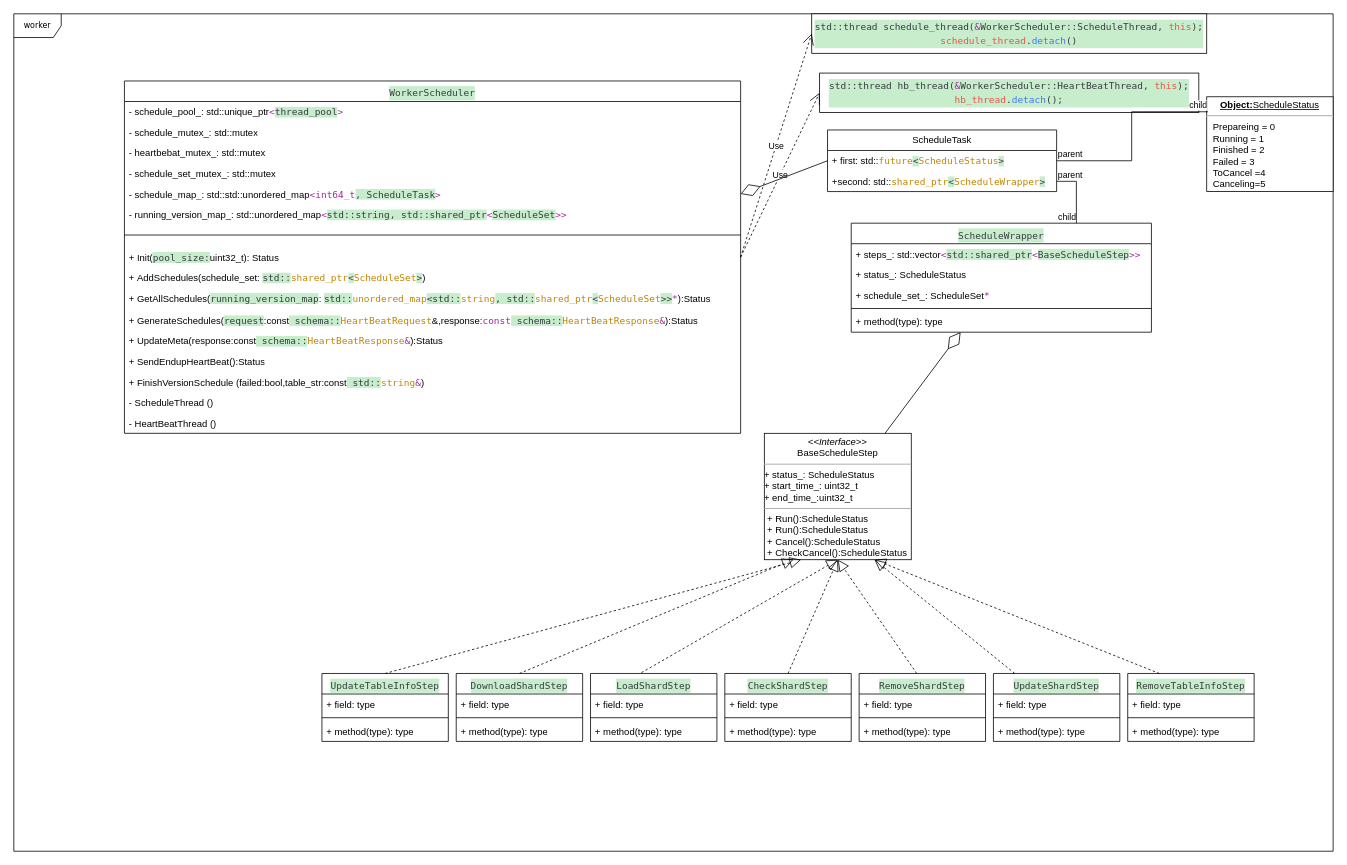
This is Notes/worker-schedule.drawio from sinomiko/reading, a draw.io file, before an edit. Source tidied: cells renumbered, new cells numbered last; positions are measured from the earlier drawing's top-left corner, leaving out a move shared by most shapes. Both pictures are drawn from the tidied source at 79%, with x=0, y=0 at pixel (13, 13).
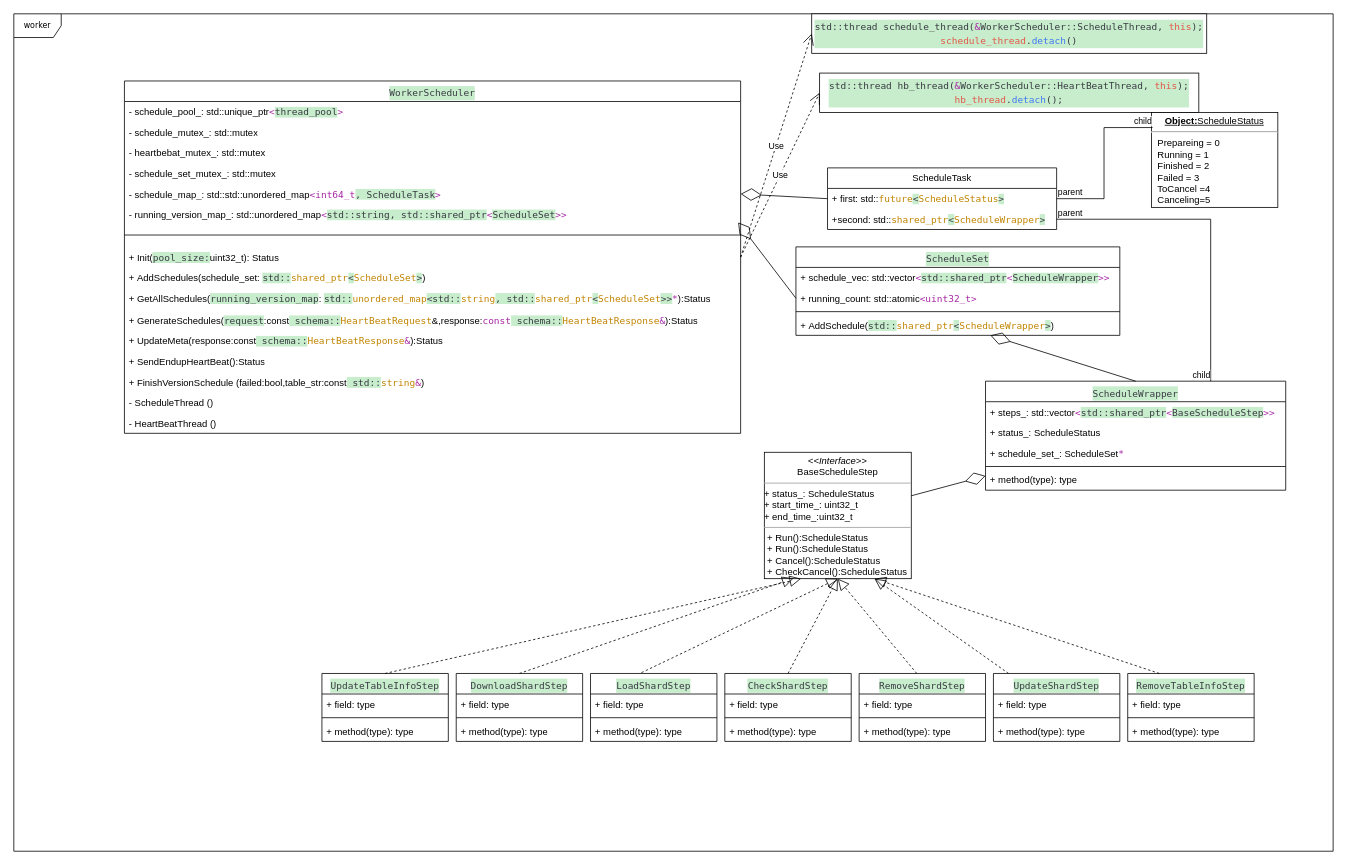
Above is the later version.

The change refers to these unchanged cells:
```xml
<mxCell id="9" value="- running_version_map_&lt;span style=&quot;background-color: initial;&quot;&gt;:&amp;nbsp;&lt;/span&gt;std::unordered_map&lt;span style=&quot;font-family: Menlo, Monaco, &amp;quot;Courier New&amp;quot;, monospace; color: rgb(166, 38, 164);&quot;&gt;&amp;lt;&lt;/span&gt;&lt;span style=&quot;background-color: rgb(199, 237, 204); color: rgb(56, 58, 66); font-family: Menlo, Monaco, &amp;quot;Courier New&amp;quot;, monospace;&quot;&gt;std::string, std::shared_ptr&lt;/span&gt;&lt;span style=&quot;font-family: Menlo, Monaco, &amp;quot;Courier New&amp;quot;, monospace; color: rgb(166, 38, 164);&quot;&gt;&amp;lt;&lt;/span&gt;&lt;span style=&quot;background-color: rgb(199, 237, 204); color: rgb(56, 58, 66); font-family: Menlo, Monaco, &amp;quot;Courier New&amp;quot;, monospace;&quot;&gt;ScheduleSet&lt;/span&gt;&lt;span style=&quot;font-family: Menlo, Monaco, &amp;quot;Courier New&amp;quot;, monospace; color: rgb(166, 38, 164);&quot;&gt;&amp;gt;&amp;gt;&lt;/span&gt;" style="text;strokeColor=none;fillColor=none;align=left;verticalAlign=top;spacingLeft=4;spacingRight=4;overflow=hidden;points=[[0,0.5],[1,0.5]];portConstraint=eastwest;whiteSpace=wrap;html=1;" parent="3" vertex="1">
  <mxGeometry y="156" width="780" height="24" as="geometry" />
</mxCell>
```

The edit, as a diff of the source:
```diff
@@
     <mxCell id="24" value="ScheduleTask" style="swimlane;fontStyle=0;horizontal=1;startSize=26;fillColor=none;whiteSpace=wrap;html=1;" parent="1" vertex="1">
-      <mxGeometry x="1030" y="147" width="290" height="78" as="geometry" />
+      <mxGeometry x="1030" y="195" width="290" height="78" as="geometry" />
     </mxCell>
@@
     <mxCell id="28" value="&lt;p style=&quot;margin:0px;margin-top:4px;text-align:center;text-decoration:underline;&quot;&gt;&lt;b&gt;Object:&lt;/b&gt;ScheduleStatus&lt;/p&gt;&lt;hr&gt;&lt;p style=&quot;margin:0px;margin-left:8px;&quot;&gt;Prepareing&amp;nbsp;= 0&lt;br&gt;&lt;/p&gt;&lt;p style=&quot;margin:0px;margin-left:8px;&quot;&gt;Running&amp;nbsp;= 1&lt;br&gt;&lt;/p&gt;&lt;p style=&quot;margin:0px;margin-left:8px;&quot;&gt;Finished&amp;nbsp;= 2&lt;/p&gt;&lt;p style=&quot;margin:0px;margin-left:8px;&quot;&gt;Failed = 3&lt;/p&gt;&lt;p style=&quot;margin:0px;margin-left:8px;&quot;&gt;ToCancel =4&lt;/p&gt;&lt;p style=&quot;margin:0px;margin-left:8px;&quot;&gt;Canceling=5&lt;/p&gt;" style="verticalAlign=top;align=left;overflow=fill;fontSize=12;fontFamily=Helvetica;html=1;whiteSpace=wrap;" parent="1" vertex="1">
-      <mxGeometry x="1510" y="105" width="160" height="120" as="geometry" />
+      <mxGeometry x="1440" y="125" width="160" height="120" as="geometry" />
     </mxCell>
@@
     <mxCell id="32" value="&lt;div style=&quot;color: rgb(56, 58, 66); background-color: rgb(199, 237, 204); font-family: Menlo, Monaco, &amp;quot;Courier New&amp;quot;, monospace; font-weight: normal; line-height: 18px;&quot;&gt;ScheduleWrapper&lt;/div&gt;" style="swimlane;fontStyle=1;align=center;verticalAlign=top;horizontal=1;startSize=26;whiteSpace=wrap;html=1;" parent="1" vertex="1">
-      <mxGeometry x="1060" y="265" width="380" height="138" as="geometry" />
+      <mxGeometry x="1230" y="465" width="380" height="138" as="geometry" />
     </mxCell>
@@
     <mxCell id="38" value="&lt;p style=&quot;margin:0px;margin-top:4px;text-align:center;&quot;&gt;&lt;i&gt;&amp;lt;&amp;lt;Interface&amp;gt;&amp;gt;&lt;/i&gt;&lt;br&gt;BaseScheduleStep&lt;br&gt;&lt;/p&gt;&lt;hr size=&quot;1&quot;&gt;+&amp;nbsp;status_:&amp;nbsp;ScheduleStatus&lt;br&gt;&lt;span style=&quot;background-color: initial;&quot;&gt;+&amp;nbsp;start_time_&lt;/span&gt;&lt;span style=&quot;background-color: initial;&quot;&gt;:&amp;nbsp;&lt;/span&gt;&lt;span style=&quot;background-color: initial;&quot;&gt;uint32_t&lt;br&gt;&lt;/span&gt;+&amp;nbsp;end_time_:uint32_t&lt;hr size=&quot;1&quot;&gt;&lt;p style=&quot;margin:0px;margin-left:4px;&quot;&gt;+&amp;nbsp;Run&lt;span style=&quot;background-color: initial;&quot;&gt;():&lt;/span&gt;ScheduleStatus&lt;/p&gt;&lt;p style=&quot;border-color: var(--border-color); margin: 0px 0px 0px 4px;&quot;&gt;+&amp;nbsp;Run():ScheduleStatus&lt;br&gt;&lt;/p&gt;&lt;p style=&quot;border-color: var(--border-color); margin: 0px 0px 0px 4px;&quot;&gt;+&amp;nbsp;Cancel&lt;span style=&quot;background-color: initial;&quot;&gt;():ScheduleStatus&lt;/span&gt;&lt;/p&gt;&lt;div&gt;&lt;p style=&quot;border-color: var(--border-color); margin: 0px 0px 0px 4px;&quot;&gt;+&amp;nbsp;CheckCancel&lt;span style=&quot;background-color: initial;&quot;&gt;():ScheduleStatus&lt;/span&gt;&lt;/p&gt;&lt;/div&gt;&lt;div&gt;&lt;br&gt;&lt;/div&gt;&lt;div&gt;&lt;br&gt;&lt;/div&gt;" style="verticalAlign=top;align=left;overflow=fill;fontSize=12;fontFamily=Helvetica;html=1;whiteSpace=wrap;" parent="1" vertex="1">
-      <mxGeometry x="950" y="531" width="186" height="160" as="geometry" />
+      <mxGeometry x="950" y="555" width="186" height="160" as="geometry" />
     </mxCell>
@@
+    <mxCell id="78" value="&lt;div style=&quot;color: rgb(56, 58, 66); background-color: rgb(199, 237, 204); font-family: Menlo, Monaco, &amp;quot;Courier New&amp;quot;, monospace; font-weight: normal; line-height: 18px;&quot;&gt;ScheduleSet&lt;/div&gt;" style="swimlane;fontStyle=1;align=center;verticalAlign=top;horizontal=1;startSize=26;whiteSpace=wrap;html=1;" parent="1" vertex="1">
+      <mxGeometry x="990" y="295" width="410" height="112" as="geometry" />
+    </mxCell>
+    <mxCell id="79" value="+&amp;nbsp;schedule_vec&lt;span style=&quot;background-color: initial;&quot;&gt;:&amp;nbsp;&lt;/span&gt;std::vector&lt;span style=&quot;font-family: Menlo, Monaco, &amp;quot;Courier New&amp;quot;, monospace; color: rgb(166, 38, 164);&quot;&gt;&amp;lt;&lt;/span&gt;&lt;span style=&quot;background-color: rgb(199, 237, 204); color: rgb(56, 58, 66); font-family: Menlo, Monaco, &amp;quot;Courier New&amp;quot;, monospace;&quot;&gt;std::shared_ptr&lt;/span&gt;&lt;span style=&quot;font-family: Menlo, Monaco, &amp;quot;Courier New&amp;quot;, monospace; color: rgb(166, 38, 164);&quot;&gt;&amp;lt;&lt;/span&gt;&lt;span style=&quot;background-color: rgb(199, 237, 204); color: rgb(56, 58, 66); font-family: Menlo, Monaco, &amp;quot;Courier New&amp;quot;, monospace;&quot;&gt;ScheduleWrapper&lt;/span&gt;&lt;span style=&quot;font-family: Menlo, Monaco, &amp;quot;Courier New&amp;quot;, monospace; color: rgb(166, 38, 164);&quot;&gt;&amp;gt;&amp;gt;&lt;/span&gt;" style="text;strokeColor=none;fillColor=none;align=left;verticalAlign=top;spacingLeft=4;spacingRight=4;overflow=hidden;whiteSpace=wrap;html=1;" parent="78" vertex="1">
+      <mxGeometry y="26" width="410" height="26" as="geometry" />
+    </mxCell>
+    <mxCell id="80" value="+&amp;nbsp;running_count&lt;span style=&quot;background-color: initial;&quot;&gt;:&amp;nbsp;&lt;/span&gt;std::atomic&lt;span style=&quot;font-family: Menlo, Monaco, &amp;quot;Courier New&amp;quot;, monospace; color: rgb(166, 38, 164);&quot;&gt;&amp;lt;uint32_t&amp;gt;&lt;/span&gt;" style="text;strokeColor=none;fillColor=none;align=left;verticalAlign=top;spacingLeft=4;spacingRight=4;overflow=hidden;points=[[0,0.5],[1,0.5]];portConstraint=eastwest;whiteSpace=wrap;html=1;" parent="78" vertex="1">
+      <mxGeometry y="52" width="410" height="26" as="geometry" />
+    </mxCell>
+    <mxCell id="81" style="line;strokeWidth=1;fillColor=none;align=left;verticalAlign=middle;spacingTop=-1;spacingLeft=3;spacingRight=3;labelPosition=right;strokeColor=inherit;" parent="78" vertex="1">
+      <mxGeometry y="78" width="410" height="8" as="geometry" />
+    </mxCell>
+    <mxCell id="82" value="+&amp;nbsp;AddSchedule(&lt;span style=&quot;background-color: rgb(199, 237, 204); color: rgb(56, 58, 66); font-family: Menlo, Monaco, &amp;quot;Courier New&amp;quot;, monospace;&quot;&gt;std::&lt;/span&gt;&lt;span style=&quot;font-family: Menlo, Monaco, &amp;quot;Courier New&amp;quot;, monospace; color: rgb(193, 132, 1);&quot;&gt;shared_ptr&lt;/span&gt;&lt;span style=&quot;background-color: rgb(199, 237, 204); color: rgb(56, 58, 66); font-family: Menlo, Monaco, &amp;quot;Courier New&amp;quot;, monospace;&quot;&gt;&amp;lt;&lt;/span&gt;&lt;span style=&quot;font-family: Menlo, Monaco, &amp;quot;Courier New&amp;quot;, monospace; color: rgb(193, 132, 1);&quot;&gt;ScheduleWrapper&lt;/span&gt;&lt;span style=&quot;background-color: rgb(199, 237, 204); color: rgb(56, 58, 66); font-family: Menlo, Monaco, &amp;quot;Courier New&amp;quot;, monospace;&quot;&gt;&amp;gt;&lt;/span&gt;&lt;span style=&quot;background-color: initial;&quot;&gt;)&lt;/span&gt;" style="text;strokeColor=none;fillColor=none;align=left;verticalAlign=top;spacingLeft=4;spacingRight=4;overflow=hidden;points=[[0,0.5],[1,0.5]];portConstraint=eastwest;whiteSpace=wrap;html=1;" parent="78" vertex="1">
+      <mxGeometry y="86" width="410" height="26" as="geometry" />
+    </mxCell>
+    <mxCell id="83" style="endArrow=diamondThin;endFill=0;endSize=24;html=1;rounded=0;exitX=0.5;exitY=0;exitDx=0;exitDy=0;" parent="1" edge="1" source="32" target="82">
+      <mxGeometry relative="1" as="geometry" />
+    </mxCell>
+    <mxCell id="84" style="endArrow=diamondThin;endFill=0;endSize=24;html=1;rounded=0;entryX=0.996;entryY=0.958;entryDx=0;entryDy=0;entryPerimeter=0;exitX=0;exitY=0.5;exitDx=0;exitDy=0;" parent="1" edge="1" source="80" target="9">
+      <mxGeometry relative="1" as="geometry" />
+    </mxCell>
```
